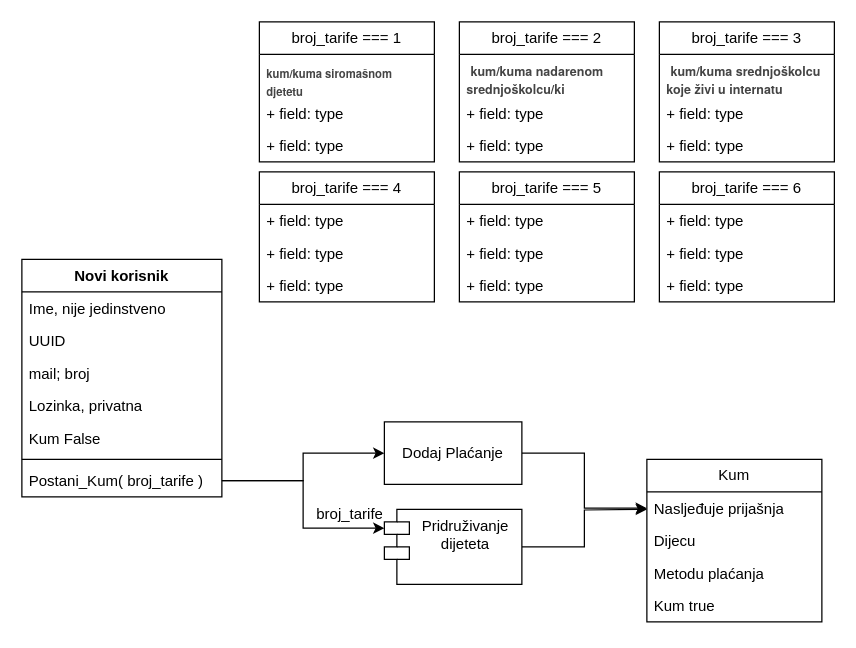
Above: Untitled Diagram.drawio in Frane-Bog/Zdenac (draw.io), before the change. Source tidied: cells renumbered, new cells numbered last; positions are measured from the earlier drawing's top-left corner, leaving out a move shared by most shapes. Both pictures are drawn from the tidied source at 125%, with x=0, y=0 at pixel (21, 21).
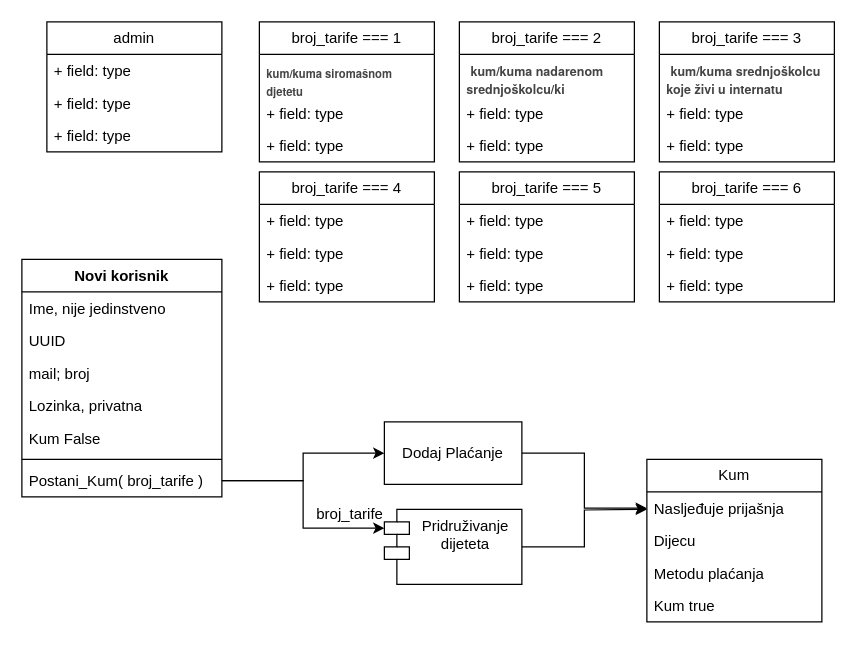
After the change.

The edit, as a diff of the source:
```diff
@@
+    <mxCell id="46" value="admin" style="swimlane;fontStyle=0;horizontal=1;startSize=26;fillColor=none;whiteSpace=wrap;html=1;" parent="1" vertex="1">
+      <mxGeometry x="20" width="140" height="104" as="geometry" />
+    </mxCell>
+    <mxCell id="47" value="+ field: type" style="text;strokeColor=none;fillColor=none;align=left;verticalAlign=top;spacingLeft=4;spacingRight=4;overflow=hidden;whiteSpace=wrap;html=1;" parent="46" vertex="1">
+      <mxGeometry y="26" width="140" height="26" as="geometry" />
+    </mxCell>
+    <mxCell id="48" value="+ field: type" style="text;strokeColor=none;fillColor=none;align=left;verticalAlign=top;spacingLeft=4;spacingRight=4;overflow=hidden;whiteSpace=wrap;html=1;" parent="46" vertex="1">
+      <mxGeometry y="52" width="140" height="26" as="geometry" />
+    </mxCell>
+    <mxCell id="49" value="+ field: type" style="text;strokeColor=none;fillColor=none;align=left;verticalAlign=top;spacingLeft=4;spacingRight=4;overflow=hidden;whiteSpace=wrap;html=1;" parent="46" vertex="1">
+      <mxGeometry y="78" width="140" height="26" as="geometry" />
+    </mxCell>
```
